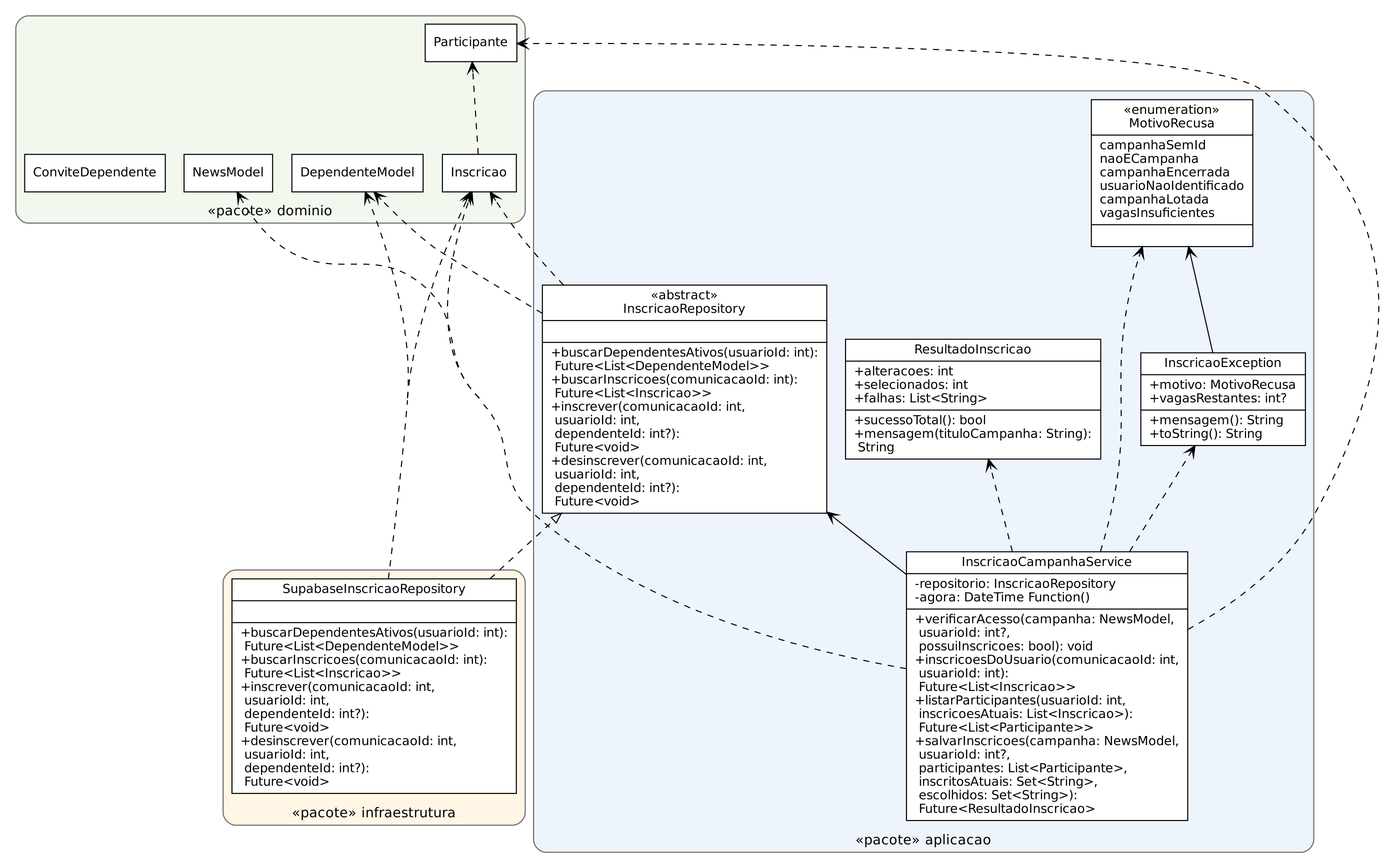
Conecta-Vida/Conecta-Vida-Mobile keeps this Graphviz diagram as qualidade/diagramas/ex11a_classes_aplicacao.png. Above is the earlier version. Its source is kept beside it as qualidade/diagramas/ex11a_classes_aplicacao.dot.
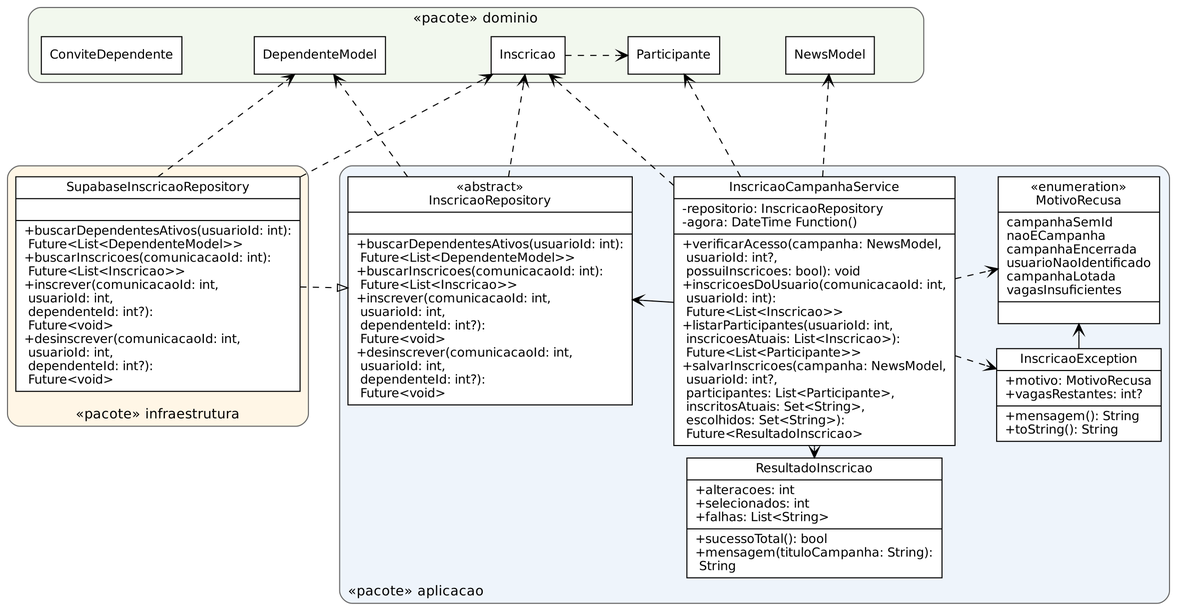
After the change.

Change to the diagram source:
```diff
@@ -1,23 +1,23 @@
 digraph classes {
-rankdir=BT; nodesep=0.25; ranksep=0.5; pad=0.1; concentrate=true;
+graph [layout=nop2, pad=0.1, dpi=150, splines=true];
 node [shape=record, fontname="DejaVu Sans", fontsize=12, style=filled, fillcolor="#ffffff"];
 edge [fontname="DejaVu Sans", fontsize=11];
-subgraph cluster_0 { label="«pacote» aplicacao"; style="rounded,filled"; fillcolor="#eef4fb"; color=gray40; fontname="DejaVu Sans"; fontsize=13; labelloc=t;
-  InscricaoRepository [label="{«abstract»\nInscricaoRepository||+buscarDependentesAtivos(usuarioId: int):\l      Future&lt;List&lt;DependenteModel&gt;&gt;\l+buscarInscricoes(comunicacaoId: int):\l      Future&lt;List&lt;Inscricao&gt;&gt;\l+inscrever(comunicacaoId: int,\l      usuarioId: int,\l      dependenteId: int?):\l      Future&lt;void&gt;\l+desinscrever(comunicacaoId: int,\l      usuarioId: int,\l      dependenteId: int?):\l      Future&lt;void&gt;\l}"];
-  MotivoRecusa [label="{«enumeration»\nMotivoRecusa|campanhaSemId\lnaoECampanha\lcampanhaEncerrada\lusuarioNaoIdentificado\lcampanhaLotada\lvagasInsuficientes\l|}"];
-  InscricaoException [label="{InscricaoException|+motivo: MotivoRecusa\l+vagasRestantes: int?\l|+mensagem(): String\l+toString(): String\l}"];
-  ResultadoInscricao [label="{ResultadoInscricao|+alteracoes: int\l+selecionados: int\l+falhas: List&lt;String&gt;\l|+sucessoTotal(): bool\l+mensagem(tituloCampanha: String):\l      String\l}"];
-  InscricaoCampanhaService [label="{InscricaoCampanhaService|-repositorio: InscricaoRepository\l-agora: DateTime Function()\l|+verificarAcesso(campanha: NewsModel,\l      usuarioId: int?,\l      possuiInscricoes: bool): void\l+inscricoesDoUsuario(comunicacaoId: int,\l      usuarioId: int):\l      Future&lt;List&lt;Inscricao&gt;&gt;\l+listarParticipantes(usuarioId: int,\l      inscricoesAtuais: List&lt;Inscricao&gt;):\l      Future&lt;List&lt;Participante&gt;&gt;\l+salvarInscricoes(campanha: NewsModel,\l      usuarioId: int?,\l      participantes: List&lt;Participante&gt;,\l      inscritosAtuais: Set&lt;String&gt;,\l      escolhidos: Set&lt;String&gt;):\l      Future&lt;ResultadoInscricao&gt;\l}"];
+subgraph cluster_0 { label="«pacote» aplicacao"; style="rounded,filled"; fillcolor="#eef4fb"; color=gray40; fontname="DejaVu Sans"; fontsize=13; labelloc=b; labeljust=l; bb="319,0,1116,420";
+  InscricaoRepository [pos="463.5,300", label="{«abstract»\nInscricaoRepository||+buscarDependentesAtivos(usuarioId: int):\l      Future&lt;List&lt;DependenteModel&gt;&gt;\l+buscarInscricoes(comunicacaoId: int):\l      Future&lt;List&lt;Inscricao&gt;&gt;\l+inscrever(comunicacaoId: int,\l      usuarioId: int,\l      dependenteId: int?):\l      Future&lt;void&gt;\l+desinscrever(comunicacaoId: int,\l      usuarioId: int,\l      dependenteId: int?):\l      Future&lt;void&gt;\l}"];
+  MotivoRecusa [pos="1029,339", label="{«enumeration»\nMotivoRecusa|campanhaSemId\lnaoECampanha\lcampanhaEncerrada\lusuarioNaoIdentificado\lcampanhaLotada\lvagasInsuficientes\l|}"];
+  InscricaoException [pos="1029,200", label="{InscricaoException|+motivo: MotivoRecusa\l+vagasRestantes: int?\l|+mensagem(): String\l+toString(): String\l}"];
+  ResultadoInscricao [pos="775,82", label="{ResultadoInscricao|+alteracoes: int\l+selecionados: int\l+falhas: List&lt;String&gt;\l|+sucessoTotal(): bool\l+mensagem(tituloCampanha: String):\l      String\l}"];
+  InscricaoCampanhaService [pos="775,280.5", label="{InscricaoCampanhaService|-repositorio: InscricaoRepository\l-agora: DateTime Function()\l|+verificarAcesso(campanha: NewsModel,\l      usuarioId: int?,\l      possuiInscricoes: bool): void\l+inscricoesDoUsuario(comunicacaoId: int,\l      usuarioId: int):\l      Future&lt;List&lt;Inscricao&gt;&gt;\l+listarParticipantes(usuarioId: int,\l      inscricoesAtuais: List&lt;Inscricao&gt;):\l      Future&lt;List&lt;Participante&gt;&gt;\l+salvarInscricoes(campanha: NewsModel,\l      usuarioId: int?,\l      participantes: List&lt;Participante&gt;,\l      inscritosAtuais: Set&lt;String&gt;,\l      escolhidos: Set&lt;String&gt;):\l      Future&lt;ResultadoInscricao&gt;\l}"];
 }
-subgraph cluster_1 { label="«pacote» dominio"; style="rounded,filled"; fillcolor="#f2f8ee"; color=gray40; fontname="DejaVu Sans"; fontsize=13; labelloc=t;
-  Inscricao [shape=box, label="Inscricao"];
-  Participante [shape=box, label="Participante"];
-  NewsModel [shape=box, label="NewsModel"];
-  DependenteModel [shape=box, label="DependenteModel"];
-  ConviteDependente [shape=box, label="ConviteDependente"];
+subgraph cluster_1 { label="«pacote» dominio"; style="rounded,filled"; fillcolor="#f2f8ee"; color=gray40; fontname="DejaVu Sans"; fontsize=13; labelloc=t; bb="20,500,880,572";
+  Inscricao [pos="500,526", shape=box, label="Inscricao"];
+  Participante [pos="640,526", shape=box, label="Participante"];
+  NewsModel [pos="790,526", shape=box, label="NewsModel"];
+  DependenteModel [pos="300,526", shape=box, label="DependenteModel"];
+  ConviteDependente [pos="100,526", shape=box, label="ConviteDependente"];
 }
-subgraph cluster_2 { label="«pacote» infraestrutura"; style="rounded,filled"; fillcolor="#fff6e6"; color=gray40; fontname="DejaVu Sans"; fontsize=13; labelloc=t;
-  SupabaseInscricaoRepository [label="{SupabaseInscricaoRepository||+buscarDependentesAtivos(usuarioId: int):\l      Future&lt;List&lt;DependenteModel&gt;&gt;\l+buscarInscricoes(comunicacaoId: int):\l      Future&lt;List&lt;Inscricao&gt;&gt;\l+inscrever(comunicacaoId: int,\l      usuarioId: int,\l      dependenteId: int?):\l      Future&lt;void&gt;\l+desinscrever(comunicacaoId: int,\l      usuarioId: int,\l      dependenteId: int?):\l      Future&lt;void&gt;\l}"];
+subgraph cluster_2 { label="«pacote» infraestrutura"; style="rounded,filled"; fillcolor="#fff6e6"; color=gray40; fontname="DejaVu Sans"; fontsize=13; labelloc=b; bb="0,170,289,420";
+  SupabaseInscricaoRepository [pos="144.5,306.5", label="{SupabaseInscricaoRepository||+buscarDependentesAtivos(usuarioId: int):\l      Future&lt;List&lt;DependenteModel&gt;&gt;\l+buscarInscricoes(comunicacaoId: int):\l      Future&lt;List&lt;Inscricao&gt;&gt;\l+inscrever(comunicacaoId: int,\l      usuarioId: int,\l      dependenteId: int?):\l      Future&lt;void&gt;\l+desinscrever(comunicacaoId: int,\l      usuarioId: int,\l      dependenteId: int?):\l      Future&lt;void&gt;\l}"];
 }
   Inscricao -> Participante [arrowhead=vee, style=dashed];
   InscricaoCampanhaService -> Inscricao [arrowhead=vee, style=dashed];
@@ -30,7 +30,7 @@
   InscricaoException -> MotivoRecusa [arrowhead=vee];
   InscricaoRepository -> DependenteModel [arrowhead=vee, style=dashed];
   InscricaoRepository -> Inscricao [arrowhead=vee, style=dashed];
-  SupabaseInscricaoRepository -> DependenteModel [arrowhead=vee, style=dashed];
-  SupabaseInscricaoRepository -> Inscricao [arrowhead=vee, style=dashed];
+  SupabaseInscricaoRepository -> DependenteModel [arrowhead=vee, style=dashed, tailport=n];
+  SupabaseInscricaoRepository -> Inscricao [arrowhead=vee, style=dashed, tailport=ne];
   SupabaseInscricaoRepository -> InscricaoRepository [arrowhead=empty, style=dashed];
 }
```
